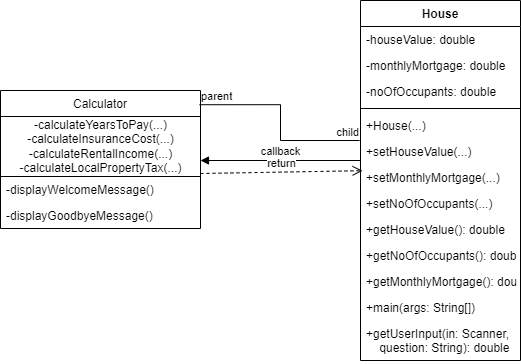
natafesenko/EstateAgentCalculator keeps this draw.io diagram as Untitled Diagram.drawio.png. Above is the earlier version. Source tidied: cells renumbered, new cells last; positions are measured from the earlier drawing's top-left corner, leaving out a move shared by most shapes.
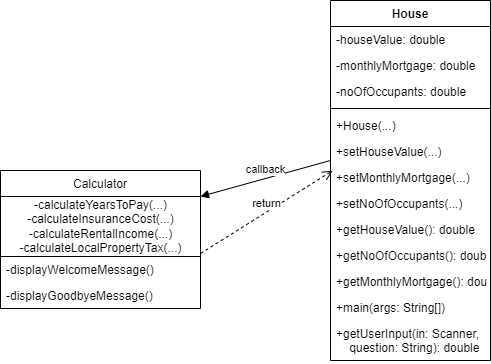
After the change.

Diff of the diagram source:
```diff
@@ -15,7 +15,7 @@
       <mxGeometry y="112" width="200" height="26" as="geometry" />
     </mxCell>
     <mxCell id="6" value=" House " style="swimlane;fontStyle=1;align=center;verticalAlign=top;horizontal=1;startSize=26;" parent="1" vertex="1">
-      <mxGeometry x="360" width="160" height="360" as="geometry" />
+      <mxGeometry x="330" y="-80" width="160" height="360" as="geometry" />
     </mxCell>
     <mxCell id="7" value="-houseValue: double " style="text;strokeColor=none;fillColor=none;align=left;verticalAlign=top;spacingLeft=4;spacingRight=4;overflow=hidden;" parent="6" vertex="1">
       <mxGeometry y="26" width="160" height="26" as="geometry" />
@@ -56,15 +56,6 @@
     <mxCell id="19" value="+getUserInput(in: Scanner, &#10;    question: String): double " style="text;strokeColor=none;fillColor=none;align=left;verticalAlign=top;spacingLeft=4;spacingRight=4;overflow=hidden;" parent="6" vertex="1">
       <mxGeometry y="320" width="160" height="40" as="geometry" />
     </mxCell>
-    <mxCell id="20" style="endArrow=none;html=1;edgeStyle=orthogonalEdgeStyle;rounded=0;entryX=-0.006;entryY=0.077;entryDx=0;entryDy=0;entryPerimeter=0;exitX=0.995;exitY=0.103;exitDx=0;exitDy=0;exitPerimeter=0;" parent="1" edge="1" source="2" target="12">
-      <mxGeometry relative="1" as="geometry" />
-    </mxCell>
-    <mxCell id="21" value="parent" style="edgeLabel;html=1;align=left;verticalAlign=bottom;" parent="20" vertex="1">
-      <mxGeometry x="-1" relative="1" as="geometry" />
-    </mxCell>
-    <mxCell id="22" value="child" style="edgeLabel;html=1;align=right;verticalAlign=bottom;" parent="20" vertex="1">
-      <mxGeometry x="1" relative="1" as="geometry" />
-    </mxCell>
     <mxCell id="23" value="callback" style="html=1;verticalAlign=bottom;endArrow=block;rounded=0;exitX=0;exitY=0.846;exitDx=0;exitDy=0;exitPerimeter=0;" parent="1" edge="1" source="12" target="3">
       <mxGeometry relative="1" as="geometry" />
     </mxCell>
```
